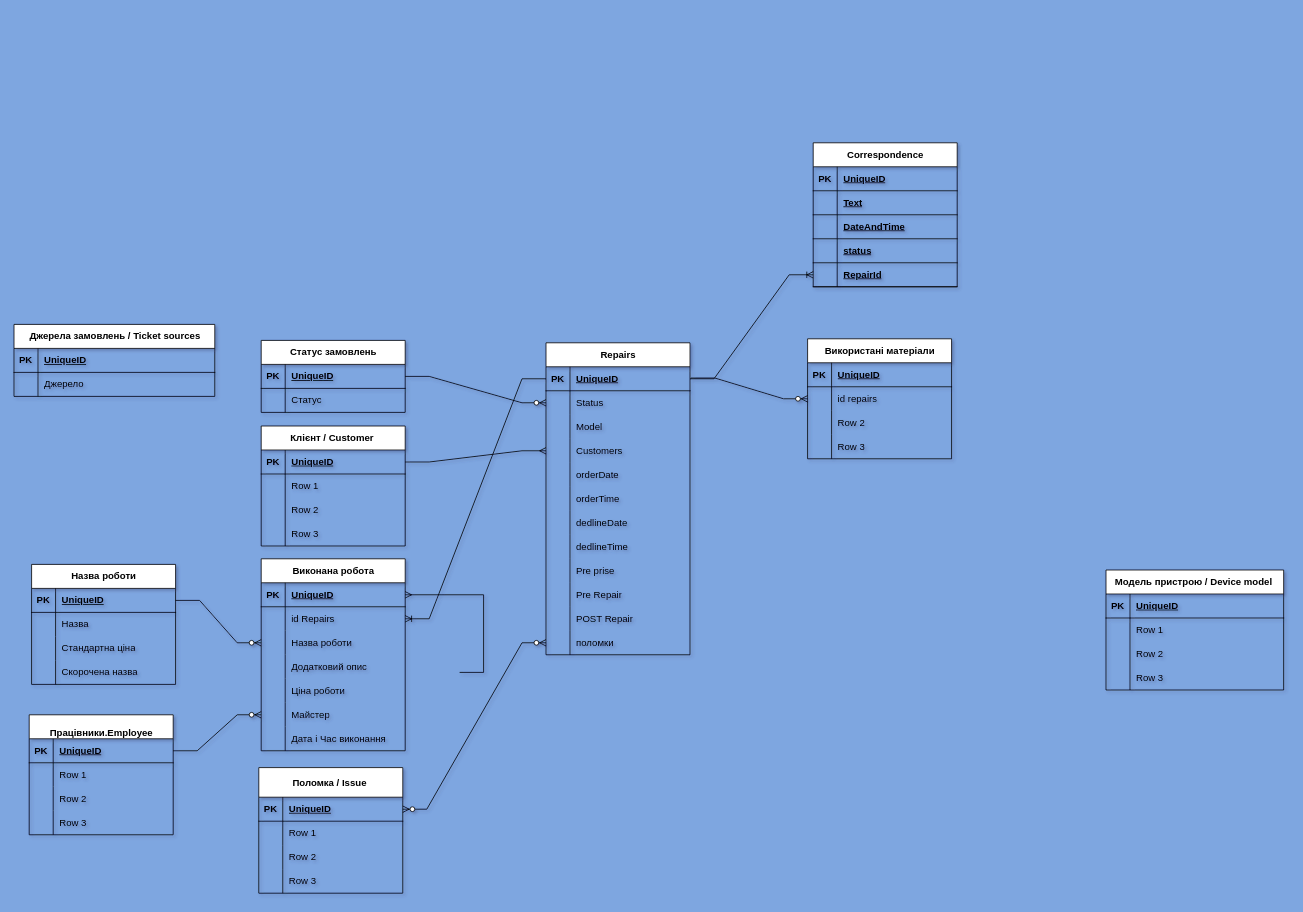
The draw.io diagram diagrams/DB.drawio in SergZels/mobilesRepair, before the edit. Source tidied: cells renumbered, new cells numbered last; positions are measured from the earlier drawing's top-left corner, leaving out a move shared by most shapes. Both pictures are drawn from the tidied source at 80%, with x=0, y=0 at pixel (14, 107).
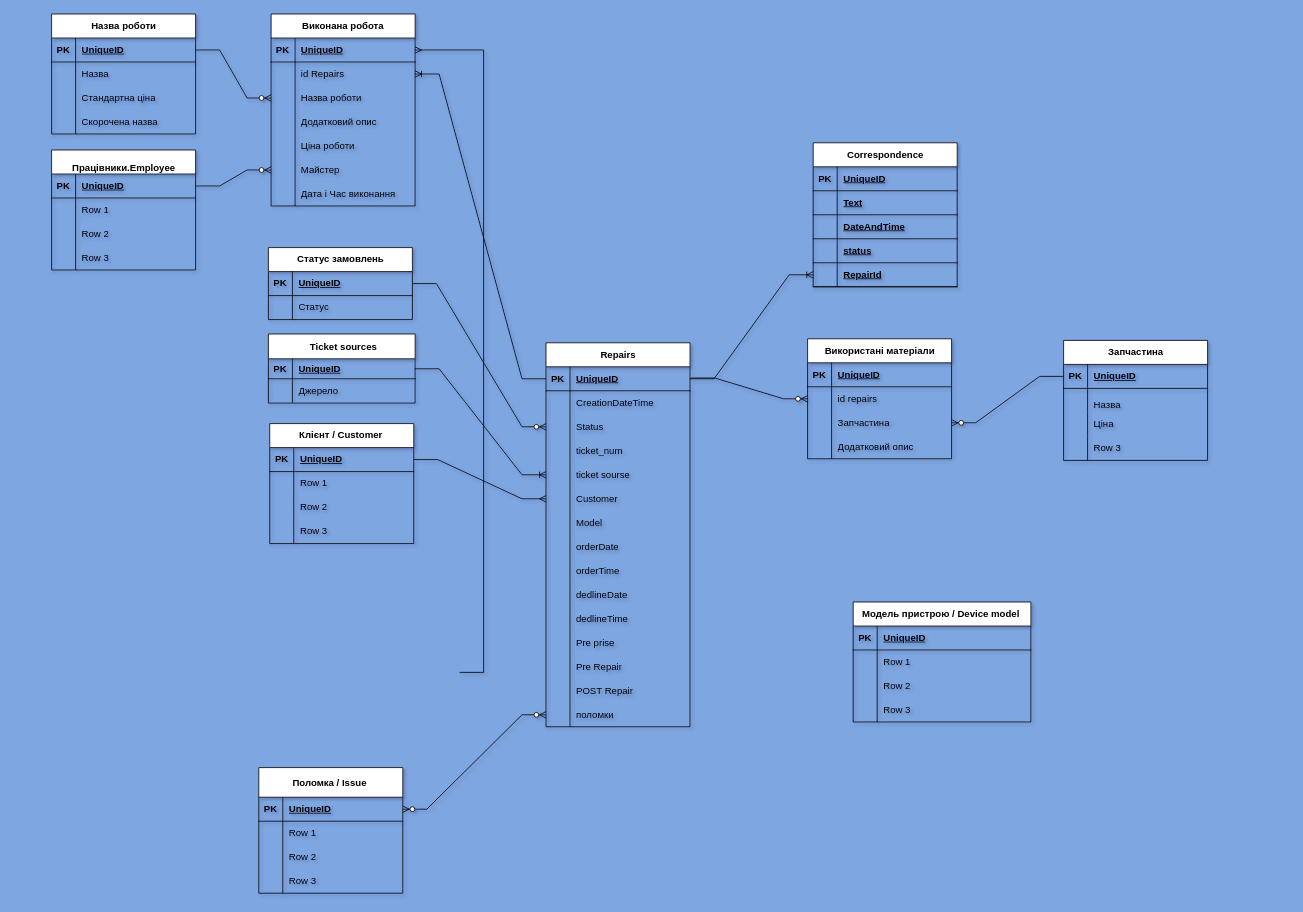
Above is the later version.

The change refers to these unchanged cells:
```xml
<mxCell id="171" style="shape=tableRow;horizontal=0;startSize=0;swimlaneHead=0;swimlaneBody=0;fillColor=none;points=[[0,0.5],[1,0.5]];portConstraint=eastwest;top=0;left=0;right=0;bottom=0;" parent="164" vertex="1">
  <mxGeometry y="90" width="180" height="30" as="geometry" />
</mxCell>
<mxCell id="174" style="shape=tableRow;horizontal=0;startSize=0;swimlaneHead=0;swimlaneBody=0;fillColor=none;top=0;left=0;right=0;bottom=0;" parent="164" vertex="1">
  <mxGeometry y="120" width="180" height="30" as="geometry" />
</mxCell>
```

Change to the diagram source:
```diff
@@
     <mxCell id="2" value="Repairs" style="shape=table;startSize=30;childLayout=tableLayout;rowLines=0;fontStyle=1;align=center;html=1;" parent="1" vertex="1">
-      <mxGeometry x="665" y="294" width="180" height="390" as="geometry" />
+      <mxGeometry x="665" y="294" width="180" height="480" as="geometry" />
     </mxCell>
@@
+    <mxCell id="178" style="shape=tableRow;horizontal=0;startSize=0;swimlaneHead=0;swimlaneBody=0;fillColor=none;top=0;left=0;right=0;bottom=0;" parent="2" vertex="1">
+      <mxGeometry y="60" width="180" height="30" as="geometry" />
+    </mxCell>
+    <mxCell id="179" style="shape=partialRectangle;fillColor=none;top=0;left=0;bottom=0;right=0;overflow=hidden;whiteSpace=wrap;html=1;" parent="178" vertex="1">
+      <mxGeometry width="30" height="30" as="geometry" />
+    </mxCell>
+    <mxCell id="180" value="CreationDateTime" style="shape=partialRectangle;fillColor=none;top=0;left=0;bottom=0;right=0;align=left;spacingLeft=6;overflow=hidden;whiteSpace=wrap;html=1;" parent="178" vertex="1">
+      <mxGeometry x="30" width="150" height="30" as="geometry" />
+    </mxCell>
     <mxCell id="6" style="shape=tableRow;horizontal=0;startSize=0;swimlaneHead=0;swimlaneBody=0;fillColor=none;points=[[0,0.5],[1,0.5]];portConstraint=eastwest;top=0;left=0;right=0;bottom=0;" parent="2" vertex="1">
-      <mxGeometry y="60" width="180" height="30" as="geometry" />
+      <mxGeometry y="90" width="180" height="30" as="geometry" />
     </mxCell>
@@
+    <mxCell id="181" style="shape=tableRow;horizontal=0;startSize=0;swimlaneHead=0;swimlaneBody=0;fillColor=none;top=0;left=0;right=0;bottom=0;" parent="2" vertex="1">
+      <mxGeometry y="120" width="180" height="30" as="geometry" />
+    </mxCell>
+    <mxCell id="182" style="shape=partialRectangle;fillColor=none;top=0;left=0;bottom=0;right=0;overflow=hidden;whiteSpace=wrap;html=1;" parent="181" vertex="1">
+      <mxGeometry width="30" height="30" as="geometry" />
+    </mxCell>
+    <mxCell id="183" value="ticket_num" style="shape=partialRectangle;fillColor=none;top=0;left=0;bottom=0;right=0;align=left;spacingLeft=6;overflow=hidden;whiteSpace=wrap;html=1;" parent="181" vertex="1">
+      <mxGeometry x="30" width="150" height="30" as="geometry" />
+    </mxCell>
+    <mxCell id="184" style="shape=tableRow;horizontal=0;startSize=0;swimlaneHead=0;swimlaneBody=0;fillColor=none;points=[[0,0.5],[1,0.5]];portConstraint=eastwest;top=0;left=0;right=0;bottom=0;" parent="2" vertex="1">
+      <mxGeometry y="150" width="180" height="30" as="geometry" />
+    </mxCell>
+    <mxCell id="185" style="shape=partialRectangle;fillColor=none;top=0;left=0;bottom=0;right=0;overflow=hidden;whiteSpace=wrap;html=1;" parent="184" vertex="1">
+      <mxGeometry width="30" height="30" as="geometry" />
+    </mxCell>
+    <mxCell id="186" value="ticket sourse" style="shape=partialRectangle;fillColor=none;top=0;left=0;bottom=0;right=0;align=left;spacingLeft=6;overflow=hidden;whiteSpace=wrap;html=1;" parent="184" vertex="1">
+      <mxGeometry x="30" width="150" height="30" as="geometry" />
+    </mxCell>
+    <mxCell id="12" style="shape=tableRow;horizontal=0;startSize=0;swimlaneHead=0;swimlaneBody=0;fillColor=none;points=[[0,0.5],[1,0.5]];portConstraint=eastwest;top=0;left=0;right=0;bottom=0;" parent="2" vertex="1">
+      <mxGeometry y="180" width="180" height="30" as="geometry" />
+    </mxCell>
+    <mxCell id="13" style="shape=partialRectangle;fillColor=none;top=0;left=0;bottom=0;right=0;overflow=hidden;whiteSpace=wrap;html=1;" parent="12" vertex="1">
+      <mxGeometry width="30" height="30" as="geometry" />
+    </mxCell>
+    <mxCell id="14" value="Customer" style="shape=partialRectangle;fillColor=none;top=0;left=0;bottom=0;right=0;align=left;spacingLeft=6;overflow=hidden;whiteSpace=wrap;html=1;" parent="12" vertex="1">
+      <mxGeometry x="30" width="150" height="30" as="geometry" />
+    </mxCell>
     <mxCell id="9" style="shape=tableRow;horizontal=0;startSize=0;swimlaneHead=0;swimlaneBody=0;fillColor=none;top=0;left=0;right=0;bottom=0;" parent="2" vertex="1">
-      <mxGeometry y="90" width="180" height="30" as="geometry" />
+      <mxGeometry y="210" width="180" height="30" as="geometry" />
     </mxCell>
@@
-    <mxCell id="12" style="shape=tableRow;horizontal=0;startSize=0;swimlaneHead=0;swimlaneBody=0;fillColor=none;points=[[0,0.5],[1,0.5]];portConstraint=eastwest;top=0;left=0;right=0;bottom=0;" parent="2" vertex="1">
-      <mxGeometry y="120" width="180" height="30" as="geometry" />
-    </mxCell>
-    <mxCell id="13" style="shape=partialRectangle;fillColor=none;top=0;left=0;bottom=0;right=0;overflow=hidden;whiteSpace=wrap;html=1;" parent="12" vertex="1">
-      <mxGeometry width="30" height="30" as="geometry" />
-    </mxCell>
-    <mxCell id="14" value="Customers" style="shape=partialRectangle;fillColor=none;top=0;left=0;bottom=0;right=0;align=left;spacingLeft=6;overflow=hidden;whiteSpace=wrap;html=1;" parent="12" vertex="1">
-      <mxGeometry x="30" width="150" height="30" as="geometry" />
-    </mxCell>
     <mxCell id="15" style="shape=tableRow;horizontal=0;startSize=0;swimlaneHead=0;swimlaneBody=0;fillColor=none;top=0;left=0;right=0;bottom=0;" parent="2" vertex="1">
-      <mxGeometry y="150" width="180" height="30" as="geometry" />
+      <mxGeometry y="240" width="180" height="30" as="geometry" />
     </mxCell>
@@
     <mxCell id="18" style="shape=tableRow;horizontal=0;startSize=0;swimlaneHead=0;swimlaneBody=0;fillColor=none;top=0;left=0;right=0;bottom=0;" parent="2" vertex="1">
-      <mxGeometry y="180" width="180" height="30" as="geometry" />
+      <mxGeometry y="270" width="180" height="30" as="geometry" />
     </mxCell>
@@
     <mxCell id="21" style="shape=tableRow;horizontal=0;startSize=0;swimlaneHead=0;swimlaneBody=0;fillColor=none;top=0;left=0;right=0;bottom=0;" parent="2" vertex="1">
-      <mxGeometry y="210" width="180" height="30" as="geometry" />
+      <mxGeometry y="300" width="180" height="30" as="geometry" />
     </mxCell>
@@
     <mxCell id="24" style="shape=tableRow;horizontal=0;startSize=0;swimlaneHead=0;swimlaneBody=0;fillColor=none;top=0;left=0;right=0;bottom=0;" parent="2" vertex="1">
-      <mxGeometry y="240" width="180" height="30" as="geometry" />
+      <mxGeometry y="330" width="180" height="30" as="geometry" />
     </mxCell>
@@
     <mxCell id="27" style="shape=tableRow;horizontal=0;startSize=0;swimlaneHead=0;swimlaneBody=0;fillColor=none;top=0;left=0;right=0;bottom=0;" parent="2" vertex="1">
-      <mxGeometry y="270" width="180" height="30" as="geometry" />
+      <mxGeometry y="360" width="180" height="30" as="geometry" />
     </mxCell>
@@
     <mxCell id="30" style="shape=tableRow;horizontal=0;startSize=0;swimlaneHead=0;swimlaneBody=0;fillColor=none;top=0;left=0;right=0;bottom=0;" parent="2" vertex="1">
-      <mxGeometry y="300" width="180" height="30" as="geometry" />
+      <mxGeometry y="390" width="180" height="30" as="geometry" />
     </mxCell>
@@
     <mxCell id="33" style="shape=tableRow;horizontal=0;startSize=0;swimlaneHead=0;swimlaneBody=0;fillColor=none;top=0;left=0;right=0;bottom=0;" parent="2" vertex="1">
-      <mxGeometry y="330" width="180" height="30" as="geometry" />
+      <mxGeometry y="420" width="180" height="30" as="geometry" />
     </mxCell>
@@
     <mxCell id="36" style="shape=tableRow;horizontal=0;startSize=0;swimlaneHead=0;swimlaneBody=0;fillColor=none;points=[[0,0.5],[1,0.5]];portConstraint=eastwest;top=0;left=0;right=0;bottom=0;" parent="2" vertex="1">
-      <mxGeometry y="360" width="180" height="30" as="geometry" />
+      <mxGeometry y="450" width="180" height="30" as="geometry" />
     </mxCell>
@@
     <mxCell id="56" value="Статус замовлень" style="shape=table;startSize=30;childLayout=tableLayout;rowLines=0;fontStyle=1;align=center;html=1;" parent="1" vertex="1">
-      <mxGeometry x="309" y="291" width="180" height="90" as="geometry" />
+      <mxGeometry x="318" y="175" width="180" height="90" as="geometry" />
     </mxCell>
@@
-    <mxCell id="63" value="&lt;b&gt;Джерела замовлень / Ticket sources&lt;/b&gt;" style="shape=table;startSize=30;childLayout=tableLayout;rowLines=0;fontStyle=1;align=center;html=1;" parent="1" vertex="1">
-      <mxGeometry y="271" width="251" height="90" as="geometry" />
+    <mxCell id="63" value="&lt;b&gt;&amp;nbsp;Ticket sources&lt;/b&gt;" style="shape=table;startSize=31;childLayout=tableLayout;rowLines=0;fontStyle=1;align=center;html=1;" parent="1" vertex="1">
+      <mxGeometry x="318" y="283" width="183.4" height="86.4" as="geometry" />
     </mxCell>
     <mxCell id="64" style="shape=tableRow;horizontal=0;startSize=0;swimlaneHead=0;swimlaneBody=0;fillColor=none;points=[[0,0.5],[1,0.5]];portConstraint=eastwest;top=0;left=0;right=0;bottom=1;" parent="63" vertex="1">
-      <mxGeometry y="30" width="251" height="30" as="geometry" />
+      <mxGeometry y="31" width="183.4" height="25" as="geometry" />
     </mxCell>
     <mxCell id="65" value="PK" style="shape=partialRectangle;fillColor=none;top=0;left=0;bottom=0;right=0;fontStyle=1;overflow=hidden;whiteSpace=wrap;html=1;" parent="64" vertex="1">
-      <mxGeometry width="30" height="30" as="geometry" />
+      <mxGeometry width="30" height="25" as="geometry" />
     </mxCell>
     <mxCell id="66" value="UniqueID" style="shape=partialRectangle;fillColor=none;top=0;left=0;bottom=0;right=0;align=left;spacingLeft=6;fontStyle=5;overflow=hidden;whiteSpace=wrap;html=1;" parent="64" vertex="1">
-      <mxGeometry x="30" width="221" height="30" as="geometry" />
+      <mxGeometry x="30" width="153.4" height="25" as="geometry" />
     </mxCell>
     <mxCell id="67" style="shape=tableRow;horizontal=0;startSize=0;swimlaneHead=0;swimlaneBody=0;fillColor=none;top=0;left=0;right=0;bottom=0;" parent="63" vertex="1">
-      <mxGeometry y="60" width="251" height="30" as="geometry" />
+      <mxGeometry y="56" width="183.4" height="30" as="geometry" />
     </mxCell>
@@
     <mxCell id="69" value="Джерело" style="shape=partialRectangle;fillColor=none;top=0;left=0;bottom=0;right=0;align=left;spacingLeft=6;overflow=hidden;whiteSpace=wrap;html=1;" parent="67" vertex="1">
-      <mxGeometry x="30" width="221" height="30" as="geometry" />
+      <mxGeometry x="30" width="153.4" height="30" as="geometry" />
     </mxCell>
     <mxCell id="70" value="&lt;p style=&quot;margin-bottom:0cm;margin-bottom:.0001pt;line-height:&lt;br/&gt;normal&quot; class=&quot;MsoNormal&quot;&gt;&lt;b&gt;Працівники.Employee&lt;/b&gt;&lt;span style=&quot;font-size:12.0pt;font-family:&amp;quot;Times New Roman&amp;quot;,&amp;quot;serif&amp;quot;;mso-fareast-font-family:&lt;br/&gt;&amp;quot;Times New Roman&amp;quot;;mso-fareast-language:RU&quot;&gt;&lt;/span&gt;&lt;/p&gt;" style="shape=table;startSize=30;childLayout=tableLayout;rowLines=0;fontStyle=1;align=center;html=1;" parent="1" vertex="1">
-      <mxGeometry x="19" y="759" width="180" height="150" as="geometry" />
+      <mxGeometry x="47" y="53" width="180" height="150" as="geometry" />
     </mxCell>
@@
     <mxCell id="83" value="Клієнт / Customer&amp;nbsp;" style="shape=table;startSize=30;childLayout=tableLayout;rowLines=0;fontStyle=1;align=center;html=1;" parent="1" vertex="1">
-      <mxGeometry x="309" y="398" width="180" height="150" as="geometry" />
+      <mxGeometry x="319.7" y="395" width="180" height="150" as="geometry" />
     </mxCell>
@@
     <mxCell id="96" value="Модель пристрою / Device model&amp;nbsp;" style="shape=table;startSize=30;childLayout=tableLayout;rowLines=0;fontStyle=1;align=center;html=1;" parent="1" vertex="1">
-      <mxGeometry x="1365" y="578" width="222.1" height="150" as="geometry" />
+      <mxGeometry x="1049" y="618" width="222.1" height="150" as="geometry" />
     </mxCell>
@@
     <mxCell id="122" value="Виконанa робота" style="shape=table;startSize=30;childLayout=tableLayout;rowLines=0;fontStyle=1;align=center;html=1;" parent="1" vertex="1">
-      <mxGeometry x="309" y="564" width="180" height="240" as="geometry" />
+      <mxGeometry x="321.4" y="-117" width="180" height="240" as="geometry" />
     </mxCell>
@@
     <mxCell id="147" value="Назва роботи" style="shape=table;startSize=30;childLayout=tableLayout;rowLines=0;fontStyle=1;align=center;html=1;" parent="1" vertex="1">
-      <mxGeometry x="22" y="571" width="180" height="150" as="geometry" />
+      <mxGeometry x="47" y="-117" width="180" height="150" as="geometry" />
     </mxCell>
@@
-    <mxCell id="173" value="Row 2" style="shape=partialRectangle;fillColor=none;top=0;left=0;bottom=0;right=0;align=left;spacingLeft=6;overflow=hidden;whiteSpace=wrap;html=1;" parent="171" vertex="1">
+    <mxCell id="173" value="Запчастина" style="shape=partialRectangle;fillColor=none;top=0;left=0;bottom=0;right=0;align=left;spacingLeft=6;overflow=hidden;whiteSpace=wrap;html=1;" parent="171" vertex="1">
       <mxGeometry x="30" width="150" height="30" as="geometry" />
     </mxCell>
@@
-    <mxCell id="176" value="Row 3" style="shape=partialRectangle;fillColor=none;top=0;left=0;bottom=0;right=0;align=left;spacingLeft=6;overflow=hidden;whiteSpace=wrap;html=1;" parent="174" vertex="1">
+    <mxCell id="176" value="Додатковий опис" style="shape=partialRectangle;fillColor=none;top=0;left=0;bottom=0;right=0;align=left;spacingLeft=6;overflow=hidden;whiteSpace=wrap;html=1;" parent="174" vertex="1">
       <mxGeometry x="30" width="150" height="30" as="geometry" />
     </mxCell>
@@
+    <mxCell id="187" value="Запчастина" style="shape=table;startSize=30;childLayout=tableLayout;rowLines=0;fontStyle=1;align=center;html=1;" parent="1" vertex="1">
+      <mxGeometry x="1312" y="291" width="180" height="150" as="geometry" />
+    </mxCell>
+    <mxCell id="188" style="shape=tableRow;horizontal=0;startSize=0;swimlaneHead=0;swimlaneBody=0;fillColor=none;points=[[0,0.5],[1,0.5]];portConstraint=eastwest;top=0;left=0;right=0;bottom=1;" parent="187" vertex="1">
+      <mxGeometry y="30" width="180" height="30" as="geometry" />
+    </mxCell>
+    <mxCell id="189" value="PK" style="shape=partialRectangle;fillColor=none;top=0;left=0;bottom=0;right=0;fontStyle=1;overflow=hidden;whiteSpace=wrap;html=1;" parent="188" vertex="1">
+      <mxGeometry width="30" height="30" as="geometry" />
+    </mxCell>
+    <mxCell id="190" value="UniqueID" style="shape=partialRectangle;fillColor=none;top=0;left=0;bottom=0;right=0;align=left;spacingLeft=6;fontStyle=5;overflow=hidden;whiteSpace=wrap;html=1;" parent="188" vertex="1">
+      <mxGeometry x="30" width="150" height="30" as="geometry" />
+    </mxCell>
+    <mxCell id="191" style="shape=tableRow;horizontal=0;startSize=0;swimlaneHead=0;swimlaneBody=0;fillColor=none;top=0;left=0;right=0;bottom=0;" parent="187" vertex="1">
+      <mxGeometry y="60" width="180" height="30" as="geometry" />
+    </mxCell>
+    <mxCell id="192" style="shape=partialRectangle;fillColor=none;top=0;left=0;bottom=0;right=0;overflow=hidden;whiteSpace=wrap;html=1;" parent="191" vertex="1">
+      <mxGeometry width="30" height="30" as="geometry" />
+    </mxCell>
+    <mxCell id="193" value="Назва" style="shape=partialRectangle;fillColor=none;top=0;left=0;bottom=0;right=0;align=left;spacingLeft=6;overflow=hidden;whiteSpace=wrap;html=1;horizontal=1;verticalAlign=bottom;" parent="191" vertex="1">
+      <mxGeometry x="30" width="150" height="30" as="geometry" />
+    </mxCell>
+    <mxCell id="194" style="shape=tableRow;horizontal=0;startSize=0;swimlaneHead=0;swimlaneBody=0;fillColor=none;top=0;left=0;right=0;bottom=0;" parent="187" vertex="1">
+      <mxGeometry y="90" width="180" height="30" as="geometry" />
+    </mxCell>
+    <mxCell id="195" style="shape=partialRectangle;fillColor=none;top=0;left=0;bottom=0;right=0;overflow=hidden;whiteSpace=wrap;html=1;" parent="194" vertex="1">
+      <mxGeometry width="30" height="30" as="geometry" />
+    </mxCell>
+    <mxCell id="196" value="Ціна" style="shape=partialRectangle;fillColor=none;top=0;left=0;bottom=0;right=0;align=left;spacingLeft=6;overflow=hidden;whiteSpace=wrap;html=1;" parent="194" vertex="1">
+      <mxGeometry x="30" width="150" height="30" as="geometry" />
+    </mxCell>
+    <mxCell id="197" style="shape=tableRow;horizontal=0;startSize=0;swimlaneHead=0;swimlaneBody=0;fillColor=none;top=0;left=0;right=0;bottom=0;" parent="187" vertex="1">
+      <mxGeometry y="120" width="180" height="30" as="geometry" />
+    </mxCell>
+    <mxCell id="198" style="shape=partialRectangle;fillColor=none;top=0;left=0;bottom=0;right=0;overflow=hidden;whiteSpace=wrap;html=1;" parent="197" vertex="1">
+      <mxGeometry width="30" height="30" as="geometry" />
+    </mxCell>
+    <mxCell id="199" value="Row 3" style="shape=partialRectangle;fillColor=none;top=0;left=0;bottom=0;right=0;align=left;spacingLeft=6;overflow=hidden;whiteSpace=wrap;html=1;" parent="197" vertex="1">
+      <mxGeometry x="30" width="150" height="30" as="geometry" />
+    </mxCell>
+    <mxCell id="200" style="edgeStyle=entityRelationEdgeStyle;fontSize=12;html=1;endArrow=ERzeroToMany;endFill=1;rounded=0;entryX=1;entryY=0.5;entryDx=0;entryDy=0;exitX=0;exitY=0.5;exitDx=0;exitDy=0;" parent="1" edge="1" source="188" target="171">
+      <mxGeometry relative="1" as="geometry" />
+    </mxCell>
+    <mxCell id="201" style="edgeStyle=entityRelationEdgeStyle;fontSize=12;html=1;endArrow=ERoneToMany;rounded=0;entryX=0;entryY=0.5;entryDx=0;entryDy=0;exitX=1;exitY=0.5;exitDx=0;exitDy=0;" parent="1" edge="1" source="64" target="184">
+      <mxGeometry relative="1" as="geometry" />
+    </mxCell>
```
